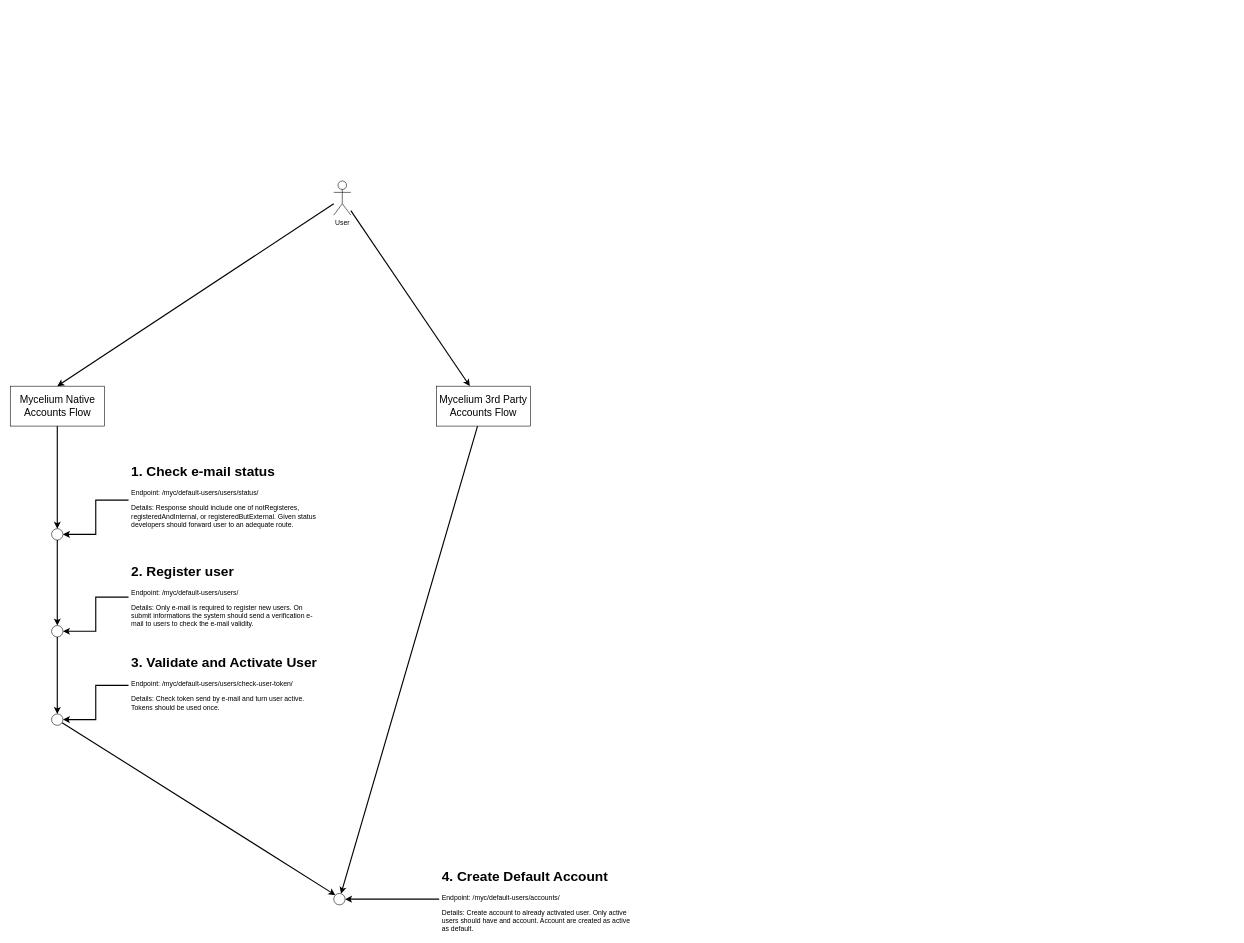
Earlier version of the draw.io diagram docs/draw.io/account-registration-flow.drawio (LepistaBioinformatics/mycelium). Source tidied: cells renumbered, new cells numbered last; positions are measured from the earlier drawing's top-left corner, leaving out a move shared by most shapes. Both pictures are drawn from the tidied source at 57%, with x=0, y=0 at pixel (10, 181).
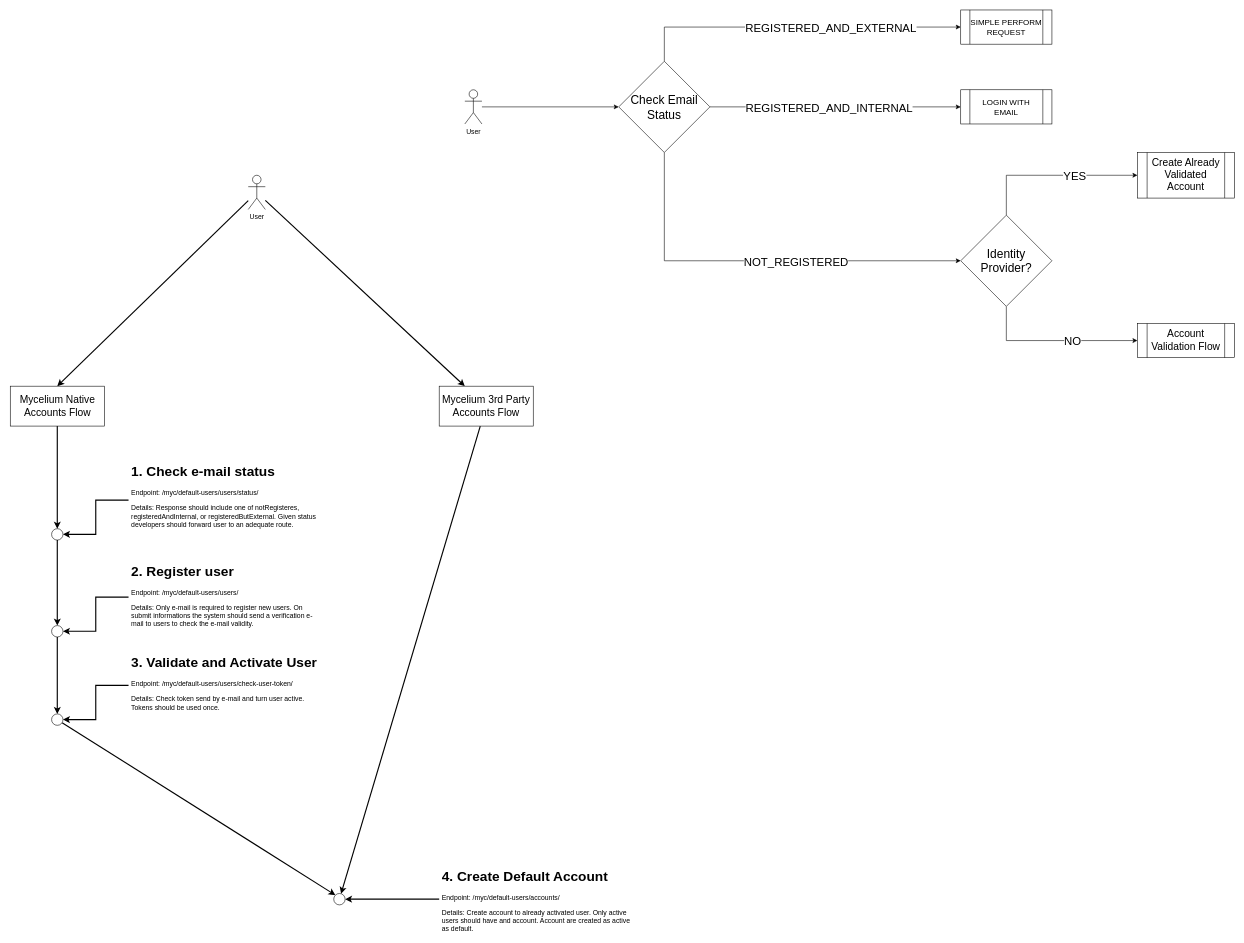
The same page after the edit.

Diff of the diagram source:
```diff
@@
     <mxCell id="4" value="User" style="shape=umlActor;verticalLabelPosition=bottom;verticalAlign=top;html=1;outlineConnect=0;" parent="1" vertex="1">
-      <mxGeometry x="568" width="30" height="60" as="geometry" />
+      <mxGeometry x="418" y="-10" width="30" height="60" as="geometry" />
     </mxCell>
@@
     <mxCell id="23" value="&lt;font style=&quot;font-size: 18px;&quot;&gt;Mycelium 3rd Party Accounts Flow&lt;/font&gt;" style="rounded=0;whiteSpace=wrap;html=1;" parent="1" vertex="1">
-      <mxGeometry x="748" y="360" width="165" height="70" as="geometry" />
+      <mxGeometry x="753" y="360" width="165" height="70" as="geometry" />
     </mxCell>
+    <mxCell id="24" style="edgeStyle=orthogonalEdgeStyle;rounded=0;jettySize=auto;html=1;exitX=0.5;exitY=0;exitDx=0;exitDy=0;entryX=0;entryY=0.5;entryDx=0;entryDy=0;" parent="1" edge="1" source="28" target="40">
+      <mxGeometry relative="1" as="geometry" />
+    </mxCell>
+    <mxCell id="25" value="YES" style="edgeLabel;html=1;align=center;verticalAlign=middle;fontSize=20;" parent="24" vertex="1">
+      <mxGeometry x="0.26" relative="1" as="geometry" />
+    </mxCell>
+    <mxCell id="26" style="edgeStyle=orthogonalEdgeStyle;rounded=0;jettySize=auto;html=1;entryX=0;entryY=0.5;entryDx=0;entryDy=0;exitX=0.5;exitY=1;exitDx=0;exitDy=0;" parent="1" edge="1" source="28" target="41">
+      <mxGeometry relative="1" as="geometry" />
+    </mxCell>
+    <mxCell id="27" value="&lt;font style=&quot;font-size: 20px;&quot;&gt;NO&lt;/font&gt;" style="edgeLabel;html=1;align=center;verticalAlign=middle;" parent="26" vertex="1">
+      <mxGeometry x="0.21" y="1" relative="1" as="geometry" />
+    </mxCell>
+    <mxCell id="28" value="&lt;font style=&quot;font-size: 21px;&quot;&gt;Identity Provider?&lt;/font&gt;" style="rhombus;whiteSpace=wrap;html=1;" parent="1" vertex="1">
+      <mxGeometry x="1668" y="60" width="160" height="160" as="geometry" />
+    </mxCell>
+    <mxCell id="29" style="edgeStyle=orthogonalEdgeStyle;rounded=0;jettySize=auto;html=1;exitX=0.5;exitY=1;exitDx=0;exitDy=0;entryX=0;entryY=0.5;entryDx=0;entryDy=0;" parent="1" edge="1" source="37" target="28">
+      <mxGeometry relative="1" as="geometry" />
+    </mxCell>
+    <mxCell id="30" value="&lt;font style=&quot;font-size: 20px;&quot;&gt;NOT_REGISTERED&lt;/font&gt;" style="edgeLabel;html=1;align=center;verticalAlign=middle;" parent="29" vertex="1">
+      <mxGeometry x="0.41" relative="1" as="geometry">
+        <mxPoint x="-81" as="offset" />
+      </mxGeometry>
+    </mxCell>
+    <mxCell id="31" value="User" style="shape=umlActor;verticalLabelPosition=bottom;verticalAlign=top;html=1;outlineConnect=0;" parent="1" vertex="1">
+      <mxGeometry x="798" y="-160" width="30" height="60" as="geometry" />
+    </mxCell>
+    <mxCell id="32" style="edgeStyle=orthogonalEdgeStyle;rounded=0;jettySize=auto;html=1;" parent="1" edge="1" source="31" target="37">
+      <mxGeometry relative="1" as="geometry" />
+    </mxCell>
+    <mxCell id="33" style="edgeStyle=orthogonalEdgeStyle;rounded=0;jettySize=auto;html=1;entryX=0;entryY=0.5;entryDx=0;entryDy=0;exitX=0.5;exitY=0;exitDx=0;exitDy=0;" parent="1" edge="1" source="37" target="39">
+      <mxGeometry relative="1" as="geometry" />
+    </mxCell>
+    <mxCell id="34" value="&lt;font style=&quot;font-size: 20px;&quot;&gt;REGISTERED_AND_EXTERNAL&lt;/font&gt;" style="edgeLabel;html=1;align=center;verticalAlign=middle;" parent="33" vertex="1">
+      <mxGeometry x="0.25" y="2" relative="1" as="geometry">
+        <mxPoint x="-12" y="2" as="offset" />
+      </mxGeometry>
+    </mxCell>
+    <mxCell id="35" style="edgeStyle=orthogonalEdgeStyle;rounded=0;jettySize=auto;html=1;exitX=1;exitY=0.5;exitDx=0;exitDy=0;entryX=0;entryY=0.5;entryDx=0;entryDy=0;" parent="1" edge="1" source="37" target="38">
+      <mxGeometry relative="1" as="geometry" />
+    </mxCell>
+    <mxCell id="36" value="&lt;font style=&quot;font-size: 20px;&quot;&gt;REGISTERED_AND_INTERNAL&lt;/font&gt;" style="edgeLabel;html=1;align=center;verticalAlign=middle;" parent="35" vertex="1">
+      <mxGeometry x="-0.08" relative="1" as="geometry">
+        <mxPoint x="6" as="offset" />
+      </mxGeometry>
+    </mxCell>
+    <mxCell id="37" value="&lt;font style=&quot;font-size: 21px;&quot;&gt;Check Email Status&lt;/font&gt;" style="rhombus;whiteSpace=wrap;html=1;" parent="1" vertex="1">
+      <mxGeometry x="1068" y="-210" width="160" height="160" as="geometry" />
+    </mxCell>
+    <mxCell id="38" value="&lt;font style=&quot;font-size: 14px;&quot;&gt;LOGIN WITH EMAIL&lt;/font&gt;" style="shape=process;whiteSpace=wrap;html=1;backgroundOutline=1;" parent="1" vertex="1">
+      <mxGeometry x="1668" y="-160" width="160" height="60" as="geometry" />
+    </mxCell>
+    <mxCell id="39" value="&lt;font style=&quot;font-size: 14px;&quot;&gt;SIMPLE PERFORM REQUEST&lt;/font&gt;" style="shape=process;whiteSpace=wrap;html=1;backgroundOutline=1;" parent="1" vertex="1">
+      <mxGeometry x="1668" y="-300" width="160" height="60" as="geometry" />
+    </mxCell>
+    <mxCell id="40" value="&lt;span style=&quot;font-size: 18px;&quot;&gt;Create Already Validated Account&lt;/span&gt;" style="shape=process;whiteSpace=wrap;html=1;backgroundOutline=1;" parent="1" vertex="1">
+      <mxGeometry x="1978" y="-50" width="170" height="80" as="geometry" />
+    </mxCell>
+    <mxCell id="41" value="&lt;span style=&quot;font-size: 18px;&quot;&gt;Account Validation Flow&lt;/span&gt;" style="shape=process;whiteSpace=wrap;html=1;backgroundOutline=1;" parent="1" vertex="1">
+      <mxGeometry x="1978" y="250" width="170" height="60" as="geometry" />
+    </mxCell>
```
